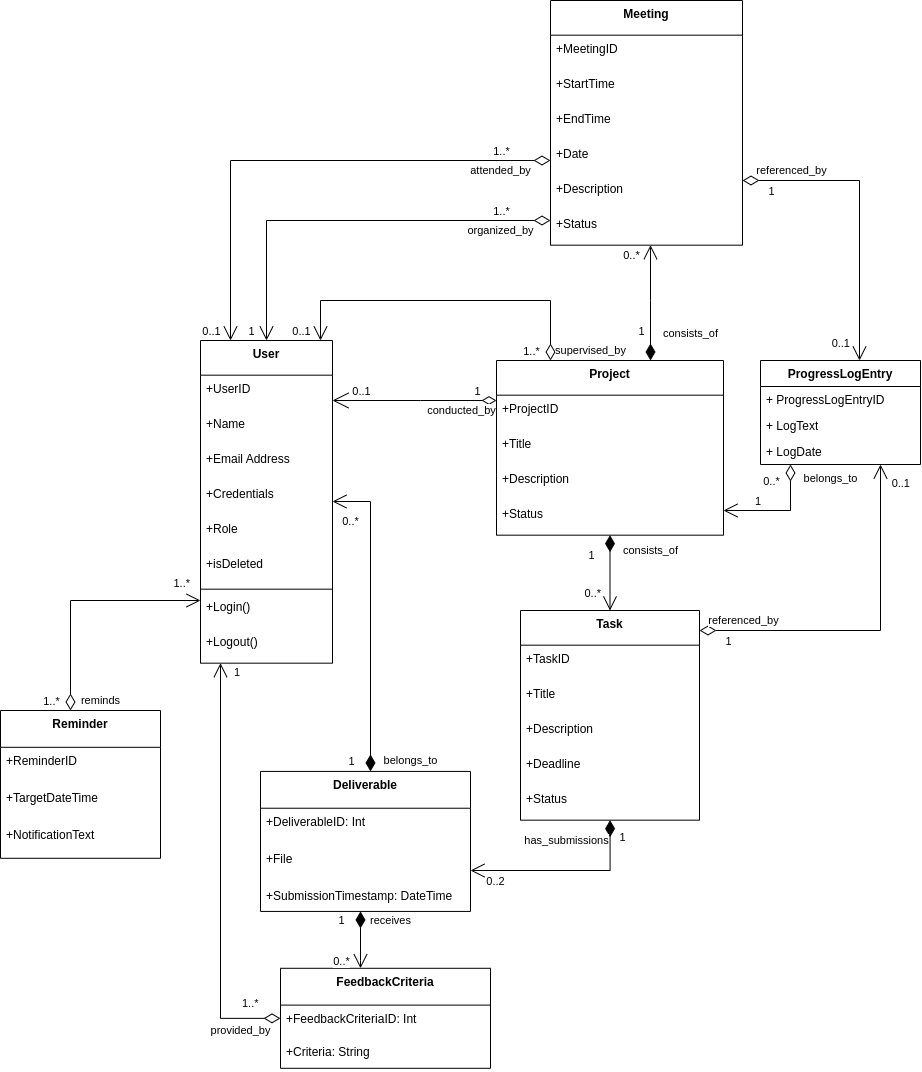
Above: UML/Class Diagrams/images/Domain Class Diagram.drawio.png in Beginner50/Dissertation (draw.io), before the change. Source tidied: cells renumbered, new cells last; positions are measured from the earlier drawing's top-left corner, leaving out a move shared by most shapes.
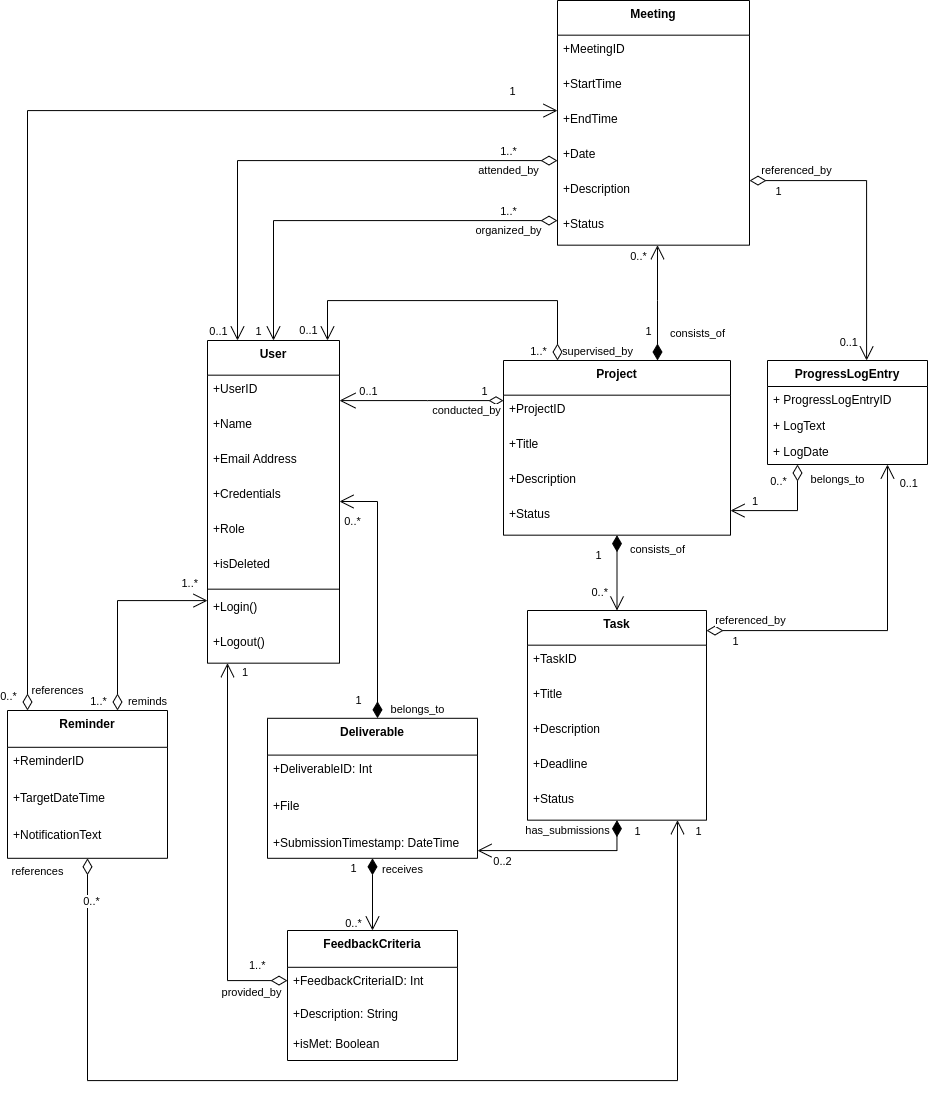
The same diagram one commit later.

Change to the diagram source:
```diff
@@ -73,7 +73,7 @@
     </mxCell>
     <mxCell id="23" value="1" style="edgeLabel;html=1;align=right;verticalAlign=top;" parent="21" vertex="1">
       <mxGeometry x="1" relative="1" as="geometry">
-        <mxPoint x="37" y="-22" as="offset" />
+        <mxPoint x="27" y="-22" as="offset" />
       </mxGeometry>
     </mxCell>
     <mxCell id="24" value="Task" style="swimlane;fontStyle=1;align=center;verticalAlign=top;horizontal=1;startSize=34.666666666666664;" parent="1" vertex="1">
@@ -108,7 +108,7 @@
       </mxGeometry>
     </mxCell>
     <mxCell id="33" value="Deliverable" style="swimlane;fontStyle=1;align=center;verticalAlign=top;horizontal=1;startSize=36.8;" parent="1" vertex="1">
-      <mxGeometry x="260" y="770.9" width="210" height="140" as="geometry" />
+      <mxGeometry x="260" y="717.8" width="210" height="140" as="geometry" />
     </mxCell>
     <mxCell id="34" value="+DeliverableID: Int" style="text;strokeColor=none;fillColor=none;align=left;verticalAlign=top;spacingLeft=4;spacingRight=4;overflow=hidden;" parent="33" vertex="1">
       <mxGeometry y="36.8" width="210" height="37" as="geometry" />
@@ -120,9 +120,9 @@
       <mxGeometry y="110.8" width="210" height="29.2" as="geometry" />
     </mxCell>
     <mxCell id="37" value="has_submissions" style="endArrow=open;html=1;endSize=12;startArrow=diamondThin;startSize=14;startFill=1;edgeStyle=orthogonalEdgeStyle;rounded=0;" parent="1" edge="1" source="24" target="33">
-      <mxGeometry y="-30" relative="1" as="geometry">
+      <mxGeometry x="-0.06" y="-20" relative="1" as="geometry">
         <Array as="points">
-          <mxPoint x="609" y="870" />
+          <mxPoint x="609" y="850" />
         </Array>
       </mxGeometry>
     </mxCell>
@@ -133,7 +133,7 @@
     </mxCell>
     <mxCell id="39" value="1" style="edgeLabel;html=1;align=center;verticalAlign=middle;" parent="37" vertex="1">
       <mxGeometry x="-0.5" y="1" relative="1" as="geometry">
-        <mxPoint x="11" y="-31" as="offset" />
+        <mxPoint x="33" y="-21" as="offset" />
       </mxGeometry>
     </mxCell>
     <mxCell id="40" value="belongs_to" style="endArrow=open;html=1;endSize=12;startArrow=diamondThin;startSize=14;startFill=1;edgeStyle=orthogonalEdgeStyle;rounded=0;" parent="1" edge="1" source="33" target="2">
@@ -145,7 +145,7 @@
     </mxCell>
     <mxCell id="41" value="1" style="edgeLabel;html=1;align=center;verticalAlign=middle;" parent="40" vertex="1">
       <mxGeometry x="-0.83" y="-1" relative="1" as="geometry">
-        <mxPoint x="-21" y="15" as="offset" />
+        <mxPoint x="-21" y="3" as="offset" />
       </mxGeometry>
     </mxCell>
     <mxCell id="42" value="0..*" style="edgeLabel;html=1;align=center;verticalAlign=middle;" parent="40" vertex="1">
@@ -154,14 +154,17 @@
       </mxGeometry>
     </mxCell>
     <mxCell id="43" value="FeedbackCriteria" style="swimlane;fontStyle=1;align=center;verticalAlign=top;horizontal=1;startSize=36.8;" parent="1" vertex="1">
-      <mxGeometry x="280" y="967.8" width="210" height="100" as="geometry" />
+      <mxGeometry x="280" y="930" width="170" height="130" as="geometry" />
     </mxCell>
     <mxCell id="44" value="+FeedbackCriteriaID: Int" style="text;strokeColor=none;fillColor=none;align=left;verticalAlign=top;spacingLeft=4;spacingRight=4;overflow=hidden;" parent="43" vertex="1">
-      <mxGeometry y="36.8" width="210" height="33.2" as="geometry" />
+      <mxGeometry y="36.8" width="170" height="33.2" as="geometry" />
     </mxCell>
-    <mxCell id="45" value="+Criteria: String" style="text;strokeColor=none;fillColor=none;align=left;verticalAlign=top;spacingLeft=4;spacingRight=4;overflow=hidden;" parent="43" vertex="1">
-      <mxGeometry y="70" width="210" height="30" as="geometry" />
+    <mxCell id="45" value="+Description: String" style="text;strokeColor=none;fillColor=none;align=left;verticalAlign=top;spacingLeft=4;spacingRight=4;overflow=hidden;" parent="43" vertex="1">
+      <mxGeometry y="70" width="170" height="30" as="geometry" />
     </mxCell>
+    <mxCell id="87" value="+isMet: Boolean" style="text;strokeColor=none;fillColor=none;align=left;verticalAlign=top;spacingLeft=4;spacingRight=4;overflow=hidden;" parent="43" vertex="1">
+      <mxGeometry y="100" width="170" height="30" as="geometry" />
+    </mxCell>
     <mxCell id="46" value="receives" style="endArrow=open;html=1;endSize=12;startArrow=diamondThin;startSize=14;startFill=1;edgeStyle=orthogonalEdgeStyle;rounded=0;" parent="1" edge="1" source="33" target="43">
       <mxGeometry x="-0.68" y="30" relative="1" as="geometry">
         <Array as="points">
@@ -183,7 +186,7 @@
     <mxCell id="49" value="provided_by" style="endArrow=open;html=1;endSize=12;startArrow=diamondThin;startSize=14;startFill=0;edgeStyle=orthogonalEdgeStyle;rounded=0;" parent="1" edge="1" source="43" target="2">
       <mxGeometry x="-0.81" y="12" relative="1" as="geometry">
         <Array as="points">
-          <mxPoint x="220" y="1018" />
+          <mxPoint x="220" y="980" />
         </Array>
       </mxGeometry>
     </mxCell>
@@ -212,7 +215,7 @@
     <mxCell id="56" value="reminds" style="endArrow=open;html=1;endSize=12;startArrow=diamondThin;startSize=14;startFill=0;edgeStyle=orthogonalEdgeStyle;rounded=0;" parent="1" edge="1" source="52" target="2">
       <mxGeometry x="-0.92" y="-30" relative="1" as="geometry">
         <Array as="points">
-          <mxPoint x="70" y="600" />
+          <mxPoint x="110" y="600" />
         </Array>
       </mxGeometry>
     </mxCell>
@@ -223,7 +226,7 @@
     </mxCell>
     <mxCell id="58" value="1..*" style="edgeLabel;html=1;align=center;verticalAlign=middle;" parent="56" vertex="1">
       <mxGeometry x="-0.56" relative="1" as="geometry">
-        <mxPoint x="-20" y="43" as="offset" />
+        <mxPoint x="-20" y="34" as="offset" />
       </mxGeometry>
     </mxCell>
     <mxCell id="59" value="organized_by" style="endArrow=open;html=1;endSize=12;startArrow=diamondThin;startSize=14;startFill=0;edgeStyle=orthogonalEdgeStyle;rounded=0;" parent="1" edge="1" source="62" target="2">
@@ -369,5 +372,40 @@
         <mxPoint x="30" y="6" as="offset" />
       </mxGeometry>
     </mxCell>
+    <mxCell id="88" value="references" style="endArrow=open;html=1;endSize=12;startArrow=diamondThin;startSize=14;startFill=0;edgeStyle=orthogonalEdgeStyle;rounded=0;" parent="1" edge="1" source="52" target="24">
+      <mxGeometry x="-0.98" y="-50" relative="1" as="geometry">
+        <Array as="points">
+          <mxPoint x="80" y="1080" />
+          <mxPoint x="670" y="1080" />
+        </Array>
+      </mxGeometry>
+    </mxCell>
+    <mxCell id="89" value="1" style="edgeLabel;html=1;align=center;verticalAlign=middle;labelPosition=center;verticalLabelPosition=middle;" parent="88" vertex="1">
+      <mxGeometry x="1" relative="1" as="geometry">
+        <mxPoint x="20" y="10" as="offset" />
+      </mxGeometry>
+    </mxCell>
+    <mxCell id="90" value="0..*" style="edgeLabel;html=1;align=center;verticalAlign=middle;" parent="88" vertex="1">
+      <mxGeometry x="-0.56" relative="1" as="geometry">
+        <mxPoint x="-13" y="-180" as="offset" />
+      </mxGeometry>
+    </mxCell>
+    <mxCell id="91" value="references" style="endArrow=open;html=1;endSize=12;startArrow=diamondThin;startSize=14;startFill=0;edgeStyle=orthogonalEdgeStyle;rounded=0;" parent="1" edge="1" source="52" target="62">
+      <mxGeometry x="-0.97" y="-30" relative="1" as="geometry">
+        <Array as="points">
+          <mxPoint x="20" y="110" />
+        </Array>
+      </mxGeometry>
+    </mxCell>
+    <mxCell id="92" value="1" style="edgeLabel;html=1;align=center;verticalAlign=middle;labelPosition=center;verticalLabelPosition=middle;" parent="91" vertex="1">
+      <mxGeometry x="1" relative="1" as="geometry">
+        <mxPoint x="-45" y="-20" as="offset" />
+      </mxGeometry>
+    </mxCell>
+    <mxCell id="93" value="0..*" style="edgeLabel;html=1;align=center;verticalAlign=middle;" parent="91" vertex="1">
+      <mxGeometry x="-0.56" relative="1" as="geometry">
+        <mxPoint x="-20" y="236" as="offset" />
+      </mxGeometry>
+    </mxCell>
   </root>
 </mxGraphModel>
```
